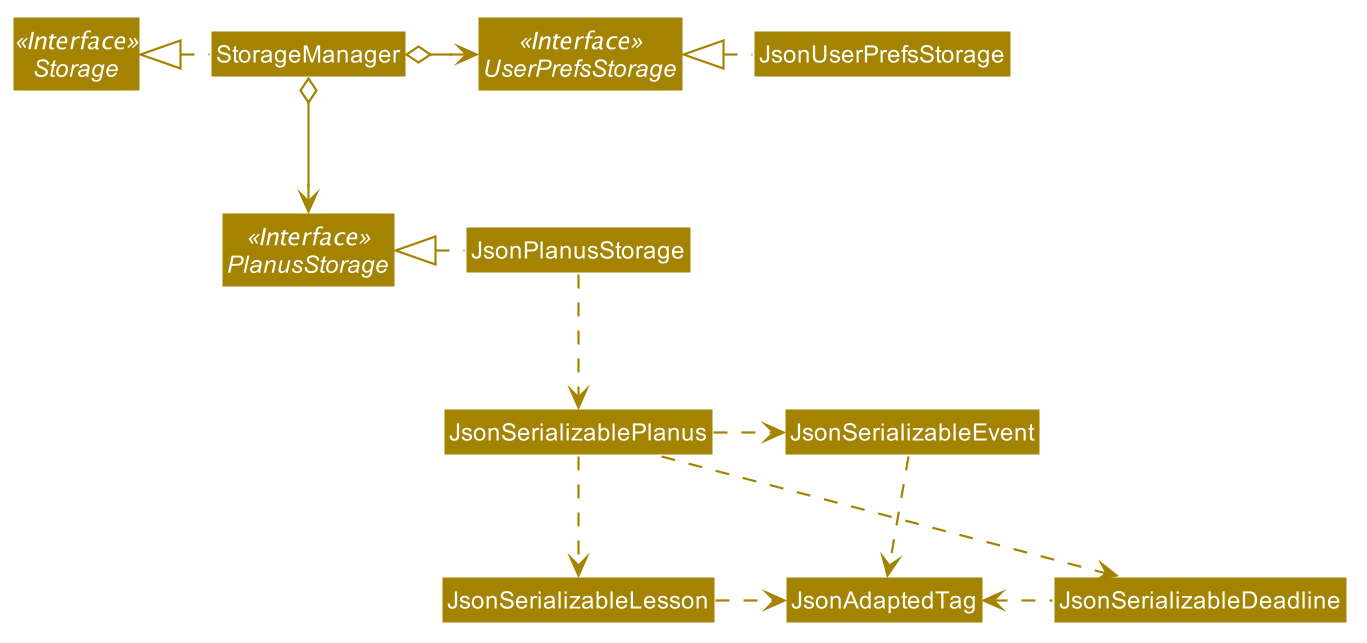
Earlier version of the PlantUML export docs/images/StorageClassDiagram.png (nus-cs2103-AY2021S1/tp).
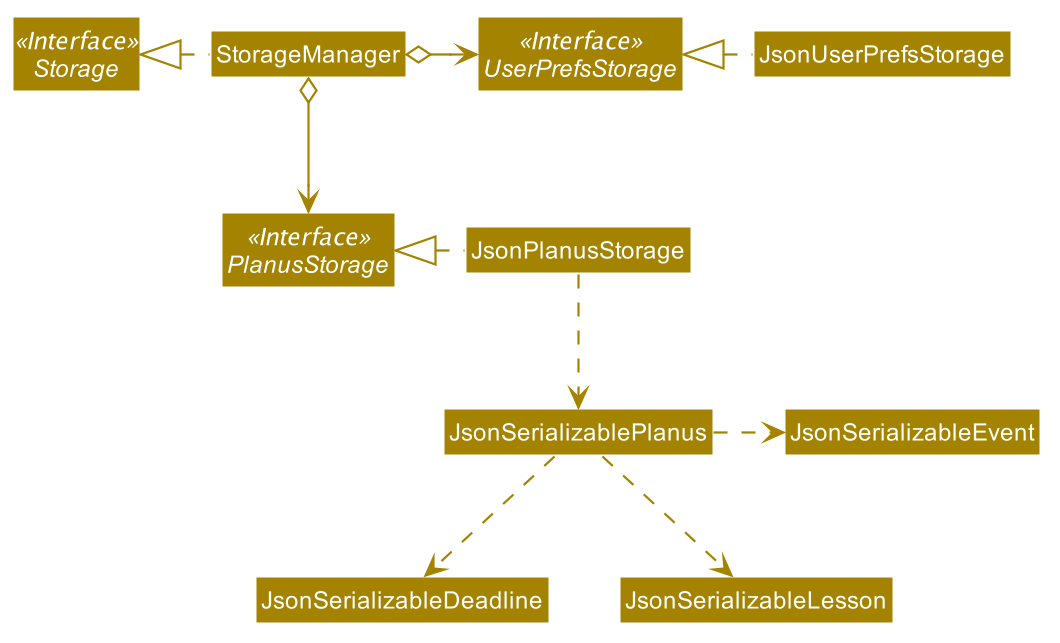
After the commit.

Diff of the diagram source:
```diff
@@ -69,7 +69,4 @@
 JsonSerializablePlanus .right.> JsonSerializableEvent
 JsonSerializablePlanus .down.> JsonSerializableDeadline
 JsonSerializablePlanus .down.> JsonSerializableLesson
-JsonSerializableEvent .right.> JsonAdaptedTag
-JsonSerializableDeadline .left.> JsonAdaptedTag
-JsonSerializableLesson .right.> JsonAdaptedTag
 @enduml
```
